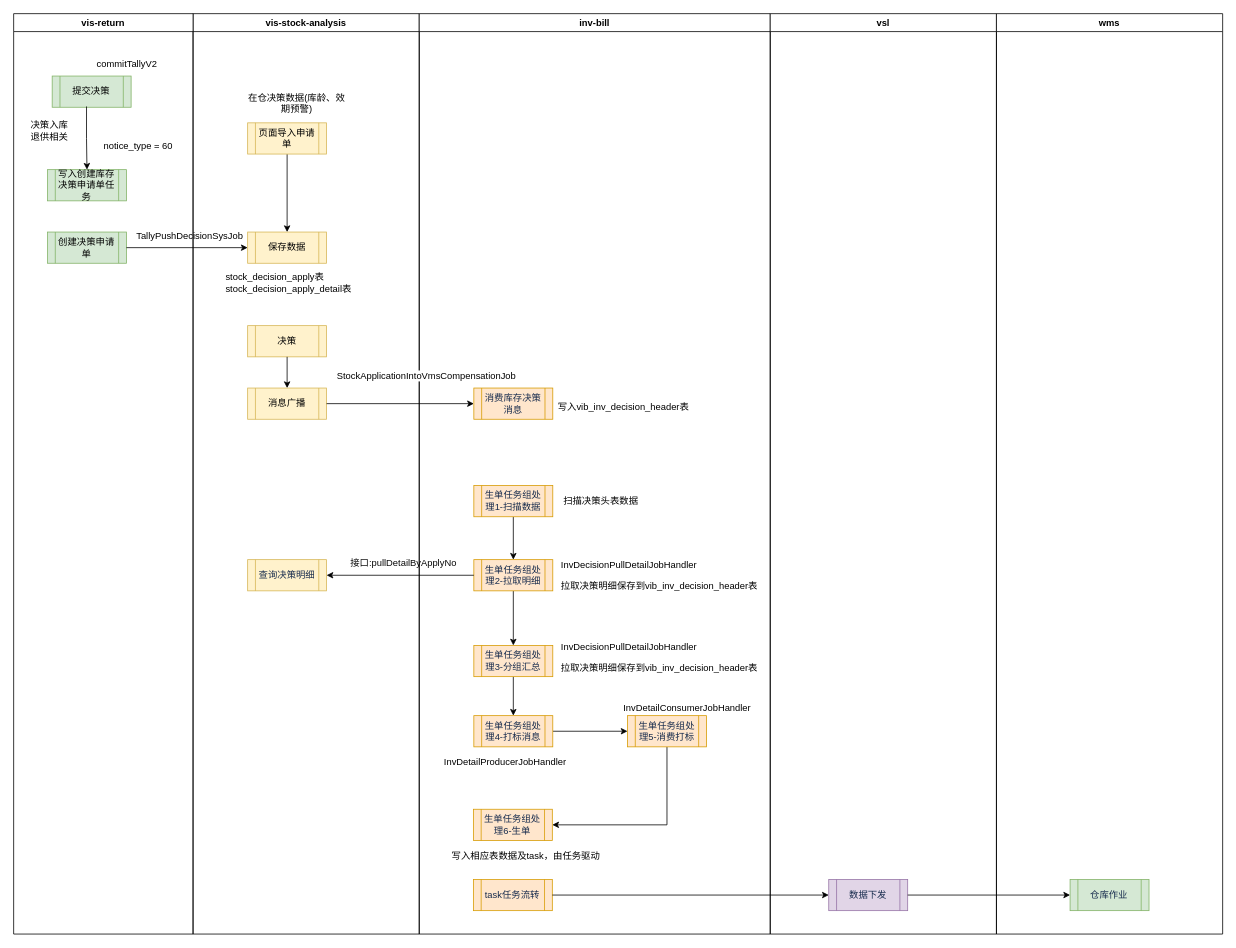
The draw.io diagram page "库存决策" (11 of 13) of 理货.drawio in vvhard/draw_io, before the edit. Source tidied: cells renumbered, new cells numbered last; positions are measured from the earlier drawing's top-left corner, leaving out a move shared by most shapes. Both pictures are drawn from the tidied source at 78%, with x=0, y=0 at pixel (13, 13).
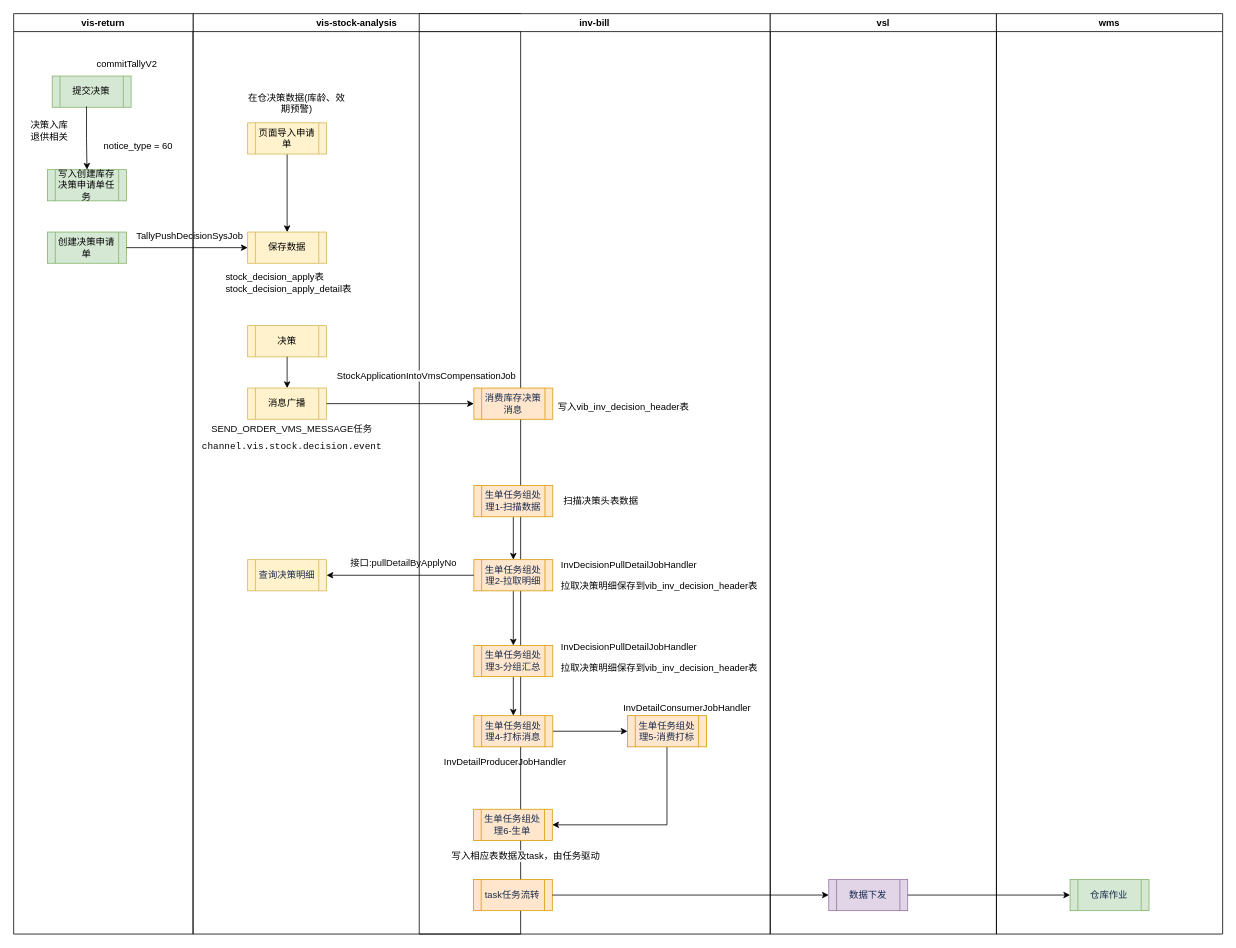
The same page after the edit.

What changed in the source:
```diff
@@
     <mxCell id="2" value="vis-stock-analysis" style="swimlane;whiteSpace=wrap;html=1;" parent="1" vertex="1">
-      <mxGeometry x="230" width="290" height="1180" as="geometry" />
+      <mxGeometry x="230" width="420" height="1180" as="geometry" />
     </mxCell>
@@
+    <mxCell id="53" value="&lt;div style=&quot;line-height: 80%;&quot;&gt;&lt;pre&gt;&lt;font face=&quot;Helvetica&quot; style=&quot;color: rgb(8, 8, 8);&quot;&gt;SEND_ORDER_VMS_MESSAGE任务&lt;/font&gt;&lt;/pre&gt;&lt;pre&gt;&lt;font style=&quot;color: rgb(8, 8, 8);&quot; face=&quot;Helvetica&quot;&gt;&lt;div style=&quot;&quot;&gt;&lt;pre style=&quot;&quot;&gt;channel.vis.stock.decision.event&lt;/pre&gt;&lt;/div&gt;&lt;/font&gt;&lt;/pre&gt;&lt;/div&gt;" style="text;html=1;whiteSpace=wrap;strokeColor=none;fillColor=none;align=center;verticalAlign=middle;rounded=0;" parent="2" vertex="1">
+      <mxGeometry x="24.2" y="530" width="206" height="30" as="geometry" />
+    </mxCell>
```
